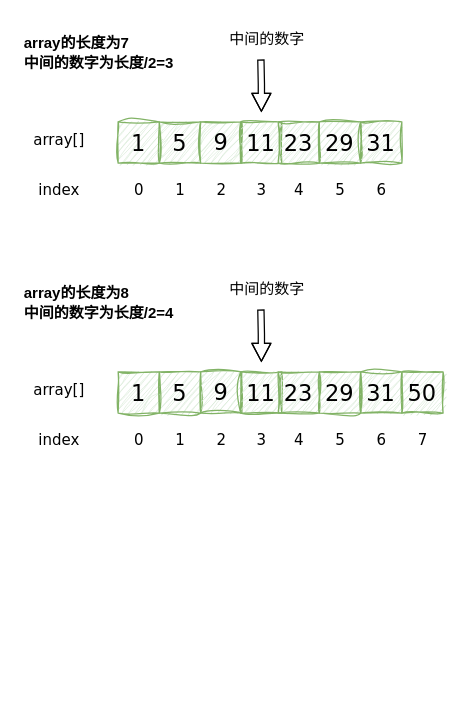
The draw.io diagram tools/未命名绘图.drawio in webhairking/fe-interview, before the edit. Source tidied: cells renumbered, new cells numbered last; positions are measured from the earlier drawing's top-left corner, leaving out a move shared by most shapes. Both pictures are drawn from the tidied source at 125%, with x=0, y=0 at pixel (21, 21).
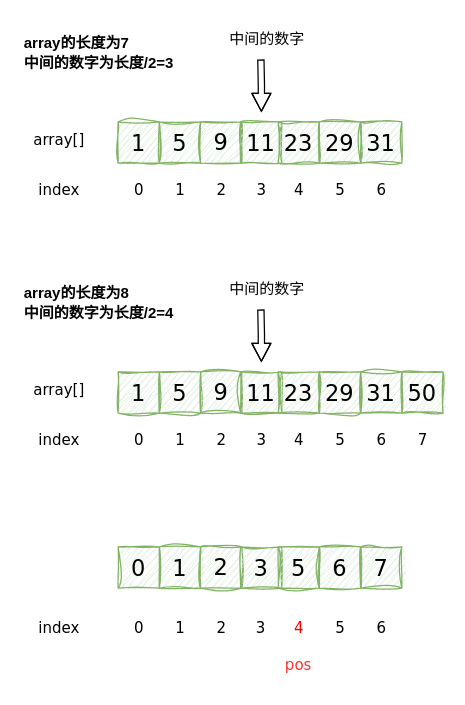
The same page after the edit.

The edit, as a diff of the source:
```diff
@@
+    <mxCell id="42" value="&lt;p&gt;&lt;font face=&quot;Verdana&quot; style=&quot;font-size: 18px;&quot;&gt;0&lt;/font&gt;&lt;/p&gt;" style="text;strokeColor=#82b366;align=center;fillColor=#d5e8d4;html=1;verticalAlign=middle;whiteSpace=wrap;rounded=0;fontFamily=Architects Daughter;sketch=1;curveFitting=1;jiggle=2;shadow=0;strokeWidth=1;perimeterSpacing=0;" parent="1" vertex="1">
+      <mxGeometry x="77" y="420" width="33" height="33" as="geometry" />
+    </mxCell>
+    <mxCell id="43" value="&lt;font face=&quot;Verdana&quot; style=&quot;font-size: 18px;&quot;&gt;1&lt;/font&gt;" style="text;strokeColor=#82b366;align=center;fillColor=#d5e8d4;html=1;verticalAlign=middle;whiteSpace=wrap;rounded=0;fontFamily=Architects Daughter;sketch=1;curveFitting=1;jiggle=2;shadow=0;strokeWidth=1;perimeterSpacing=0;" parent="1" vertex="1">
+      <mxGeometry x="110" y="420" width="33" height="33" as="geometry" />
+    </mxCell>
+    <mxCell id="44" value="&lt;span style=&quot;font-size: 18px;&quot;&gt;&lt;font face=&quot;Verdana&quot;&gt;2&lt;/font&gt;&lt;/span&gt;" style="text;strokeColor=#82b366;align=center;fillColor=#d5e8d4;html=1;verticalAlign=middle;whiteSpace=wrap;rounded=0;fontFamily=Architects Daughter;sketch=1;curveFitting=1;jiggle=2;shadow=0;strokeWidth=1;perimeterSpacing=0;" parent="1" vertex="1">
+      <mxGeometry x="143" y="420" width="33" height="33" as="geometry" />
+    </mxCell>
+    <mxCell id="45" value="&lt;font face=&quot;Verdana&quot; style=&quot;font-size: 18px;&quot;&gt;3&lt;/font&gt;" style="text;strokeColor=#82b366;align=center;fillColor=#d5e8d4;html=1;verticalAlign=middle;whiteSpace=wrap;rounded=0;fontFamily=Architects Daughter;sketch=1;curveFitting=1;jiggle=2;shadow=0;strokeWidth=1;perimeterSpacing=0;" parent="1" vertex="1">
+      <mxGeometry x="175" y="420" width="33" height="33" as="geometry" />
+    </mxCell>
+    <mxCell id="46" value="&lt;font face=&quot;Verdana&quot; style=&quot;font-size: 18px;&quot;&gt;5&lt;/font&gt;" style="text;strokeColor=#82b366;align=center;fillColor=#d5e8d4;html=1;verticalAlign=middle;whiteSpace=wrap;rounded=0;fontFamily=Architects Daughter;sketch=1;curveFitting=1;jiggle=2;shadow=0;strokeWidth=1;perimeterSpacing=0;" parent="1" vertex="1">
+      <mxGeometry x="205" y="420" width="33" height="33" as="geometry" />
+    </mxCell>
+    <mxCell id="47" value="&lt;font face=&quot;Verdana&quot; style=&quot;font-size: 18px;&quot;&gt;6&lt;/font&gt;" style="text;strokeColor=#82b366;align=center;fillColor=#d5e8d4;html=1;verticalAlign=middle;whiteSpace=wrap;rounded=0;fontFamily=Architects Daughter;sketch=1;curveFitting=1;jiggle=2;shadow=0;strokeWidth=1;perimeterSpacing=0;" parent="1" vertex="1">
+      <mxGeometry x="238" y="420" width="33" height="33" as="geometry" />
+    </mxCell>
+    <mxCell id="48" value="&lt;font face=&quot;Verdana&quot; style=&quot;font-size: 18px;&quot;&gt;7&lt;/font&gt;" style="text;strokeColor=#82b366;align=center;fillColor=#d5e8d4;html=1;verticalAlign=middle;whiteSpace=wrap;rounded=0;fontFamily=Architects Daughter;sketch=1;curveFitting=1;jiggle=2;shadow=0;strokeWidth=1;perimeterSpacing=0;" parent="1" vertex="1">
+      <mxGeometry x="271" y="420" width="33" height="33" as="geometry" />
+    </mxCell>
+    <mxCell id="49" value="&lt;font face=&quot;Verdana&quot;&gt;index&lt;/font&gt;" style="text;strokeColor=none;align=center;fillColor=none;html=1;verticalAlign=middle;whiteSpace=wrap;rounded=0;fontFamily=Architects Daughter;" parent="1" vertex="1">
+      <mxGeometry y="470" width="60" height="30" as="geometry" />
+    </mxCell>
+    <mxCell id="50" value="&lt;font face=&quot;Verdana&quot;&gt;0&lt;/font&gt;" style="text;strokeColor=none;align=center;fillColor=none;html=1;verticalAlign=middle;whiteSpace=wrap;rounded=0;fontFamily=Architects Daughter;" parent="1" vertex="1">
+      <mxGeometry x="83.5" y="470" width="20" height="30" as="geometry" />
+    </mxCell>
+    <mxCell id="51" value="&lt;font face=&quot;Verdana&quot;&gt;1&lt;/font&gt;" style="text;strokeColor=none;align=center;fillColor=none;html=1;verticalAlign=middle;whiteSpace=wrap;rounded=0;fontFamily=Architects Daughter;" parent="1" vertex="1">
+      <mxGeometry x="116.5" y="470" width="20" height="30" as="geometry" />
+    </mxCell>
+    <mxCell id="52" value="&lt;font face=&quot;Verdana&quot;&gt;2&lt;/font&gt;" style="text;strokeColor=none;align=center;fillColor=none;html=1;verticalAlign=middle;whiteSpace=wrap;rounded=0;fontFamily=Architects Daughter;" parent="1" vertex="1">
+      <mxGeometry x="149.5" y="470" width="20" height="30" as="geometry" />
+    </mxCell>
+    <mxCell id="53" value="&lt;font face=&quot;Verdana&quot;&gt;3&lt;/font&gt;" style="text;strokeColor=none;align=center;fillColor=none;html=1;verticalAlign=middle;whiteSpace=wrap;rounded=0;fontFamily=Architects Daughter;" parent="1" vertex="1">
+      <mxGeometry x="181.5" y="470" width="18.5" height="30" as="geometry" />
+    </mxCell>
+    <mxCell id="54" value="&lt;font color=&quot;#ff0000&quot; face=&quot;Verdana&quot;&gt;4&lt;/font&gt;" style="text;strokeColor=none;align=center;fillColor=none;html=1;verticalAlign=middle;whiteSpace=wrap;rounded=0;fontFamily=Architects Daughter;" parent="1" vertex="1">
+      <mxGeometry x="211.5" y="470" width="20" height="30" as="geometry" />
+    </mxCell>
+    <mxCell id="55" value="&lt;font face=&quot;Verdana&quot;&gt;5&lt;/font&gt;" style="text;strokeColor=none;align=center;fillColor=none;html=1;verticalAlign=middle;whiteSpace=wrap;rounded=0;fontFamily=Architects Daughter;" parent="1" vertex="1">
+      <mxGeometry x="244.5" y="470" width="20" height="30" as="geometry" />
+    </mxCell>
+    <mxCell id="56" value="&lt;font face=&quot;Verdana&quot;&gt;6&lt;/font&gt;" style="text;strokeColor=none;align=center;fillColor=none;html=1;verticalAlign=middle;whiteSpace=wrap;rounded=0;fontFamily=Architects Daughter;" parent="1" vertex="1">
+      <mxGeometry x="277.5" y="470" width="20" height="30" as="geometry" />
+    </mxCell>
+    <mxCell id="57" value="&lt;font face=&quot;Verdana&quot; color=&quot;#ff3333&quot;&gt;pos&lt;/font&gt;" style="text;strokeColor=none;align=center;fillColor=none;html=1;verticalAlign=middle;whiteSpace=wrap;rounded=0;fontFamily=Architects Daughter;" parent="1" vertex="1">
+      <mxGeometry x="187.2" y="500" width="68.5" height="30" as="geometry" />
+    </mxCell>
```
